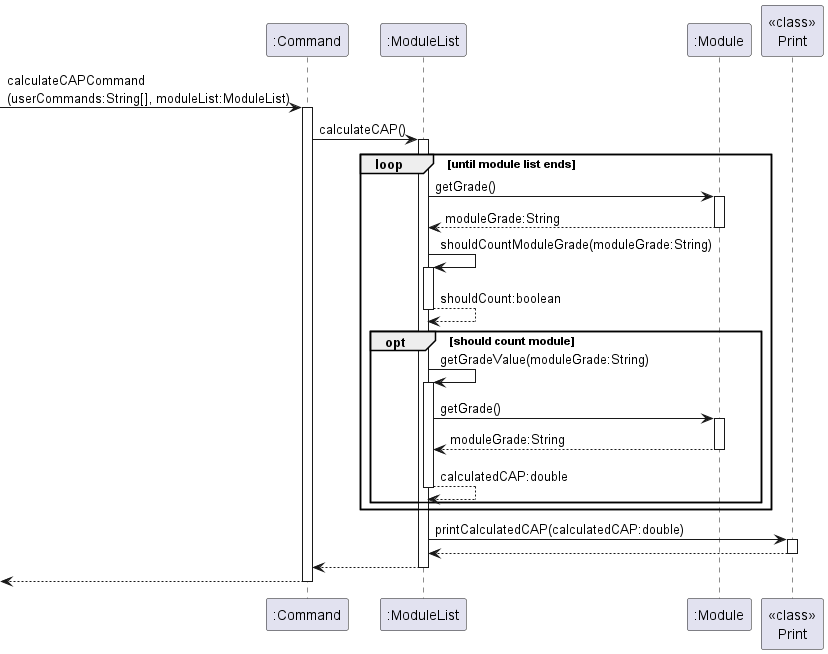
Before: docs/diagrams/CalculateCAP.png, a diagram exported from PlantUML (saintzaw/tp).
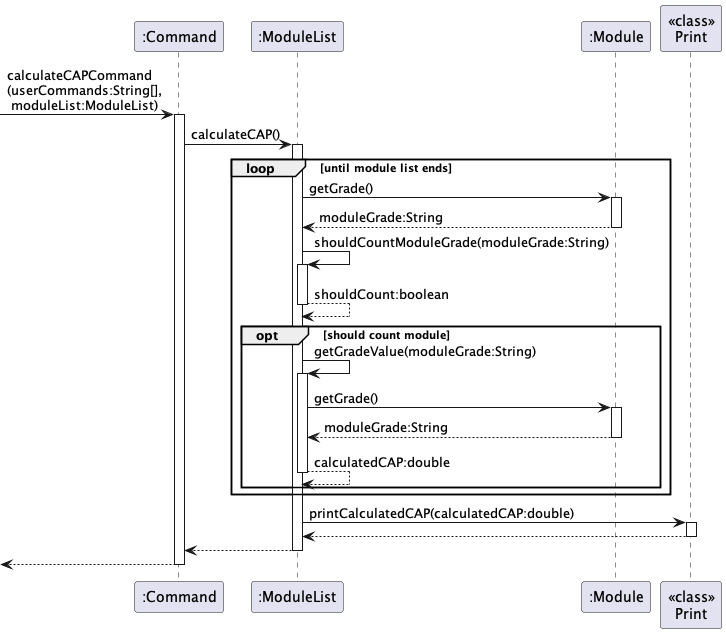
Later version of the same file.

The edit, as a diff of the source:
```diff
@@ -4,7 +4,7 @@
 participant ":ModuleList" as ML
 participant ":Module" as Mod
 participant "<<class>>\nPrint" as Print
-[->Command : calculateCAPCommand\n(userCommands:String[], moduleList:ModuleList)
+[->Command : calculateCAPCommand\n(userCommands:String[],\n moduleList:ModuleList)
 activate Command
 Command->ML : calculateCAP()
 
```
